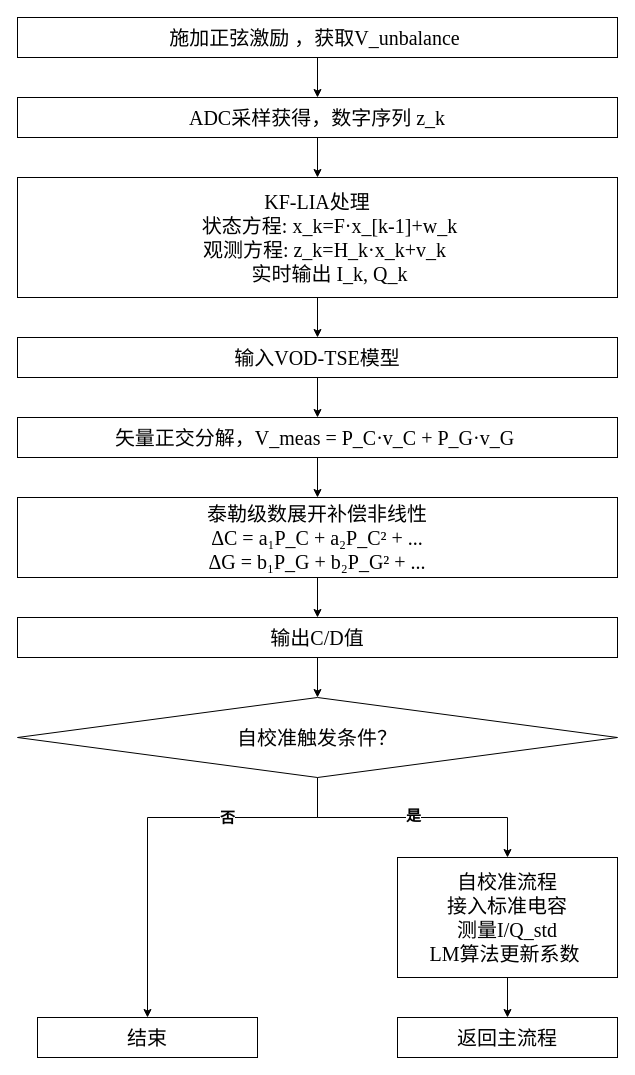
onlymrwan/hello-world keeps this draw.io diagram as 流程图0826.drawio. Above is the earlier version. Source tidied: cells renumbered, new cells numbered last; positions are measured from the earlier drawing's top-left corner, leaving out a move shared by most shapes. Both pictures are drawn from the tidied source at 100%, with x=0, y=0 at pixel (17, 17).
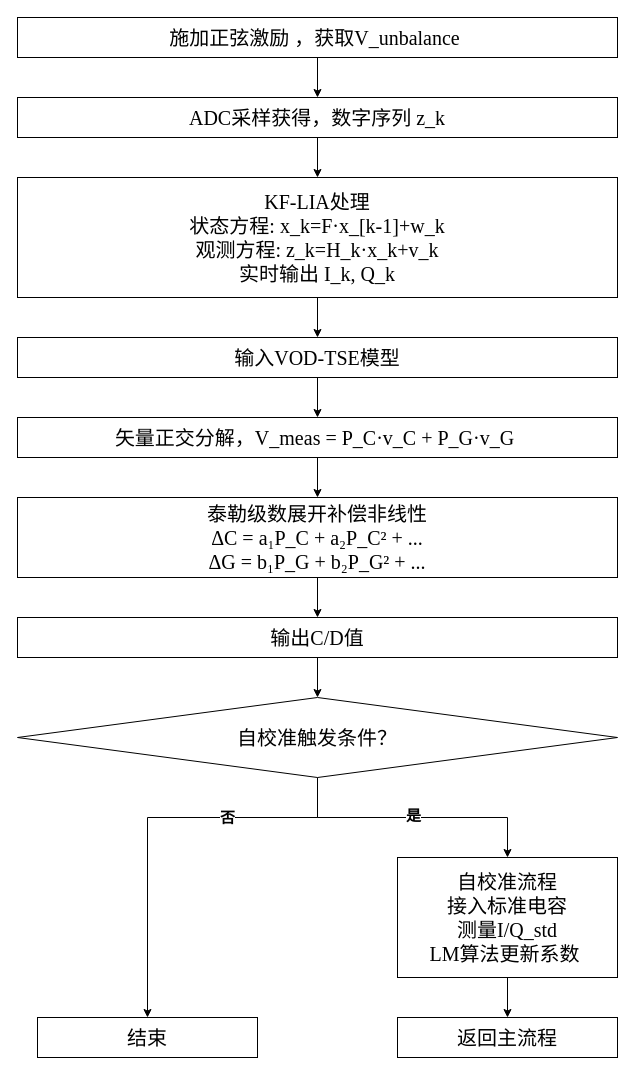
The same page after the edit.

Commit message (it also covers changes not shown here):
更新流程图0826.drawio

Change to the diagram source:
```diff
@@
-    <mxCell id="7" value="&lt;div&gt;&lt;span style=&quot;font-size: 20px;&quot;&gt;KF-LIA处理&lt;/span&gt;&lt;/div&gt;&lt;div&gt;&lt;span style=&quot;font-size: 20px;&quot;&gt;&amp;nbsp; &amp;nbsp; &amp;nbsp;状态方程: x_k=F·x_[&lt;/span&gt;&lt;span style=&quot;font-size: 20px; background-color: transparent; color: light-dark(rgb(0, 0, 0), rgb(255, 255, 255));&quot;&gt;k-1&lt;/span&gt;&lt;span style=&quot;font-size: 20px; background-color: transparent; color: light-dark(rgb(0, 0, 0), rgb(255, 255, 255));&quot;&gt;]+w_k&lt;/span&gt;&lt;/div&gt;&lt;div&gt;&lt;span style=&quot;font-size: 20px;&quot;&gt;&amp;nbsp; &amp;nbsp;观测方程: z_k=H_k·x_k+v_k&lt;/span&gt;&lt;/div&gt;&lt;div&gt;&lt;span style=&quot;font-size: 20px;&quot;&gt;&amp;nbsp; &amp;nbsp; &amp;nbsp;实时输出 I_k, Q_k&lt;/span&gt;&lt;/div&gt;" style="rounded=0;whiteSpace=wrap;html=1;fontFamily=Times New Roman;" parent="1" vertex="1">
+    <mxCell id="7" value="&lt;div&gt;&lt;span style=&quot;font-size: 20px;&quot;&gt;KF-LIA处理&lt;/span&gt;&lt;/div&gt;&lt;div&gt;&lt;span style=&quot;background-color: transparent; color: light-dark(rgb(0, 0, 0), rgb(255, 255, 255)); font-size: 20px;&quot;&gt;状态方程: x_k=F·x_[&lt;/span&gt;&lt;span style=&quot;background-color: transparent; color: light-dark(rgb(0, 0, 0), rgb(255, 255, 255)); font-size: 20px;&quot;&gt;k-1&lt;/span&gt;&lt;span style=&quot;background-color: transparent; color: light-dark(rgb(0, 0, 0), rgb(255, 255, 255)); font-size: 20px;&quot;&gt;]+w_k&lt;/span&gt;&lt;/div&gt;&lt;div&gt;&lt;span style=&quot;font-size: 20px; background-color: transparent; color: light-dark(rgb(0, 0, 0), rgb(255, 255, 255));&quot;&gt;观测方程: z_k=H_k·x_k+v_k&lt;/span&gt;&lt;/div&gt;&lt;div&gt;&lt;span style=&quot;font-size: 20px;&quot;&gt;实时输出 I_k, Q_k&lt;/span&gt;&lt;/div&gt;" style="rounded=0;whiteSpace=wrap;html=1;fontFamily=Times New Roman;" parent="1" vertex="1">
       <mxGeometry y="160" width="600" height="120" as="geometry" />
     </mxCell>
```
